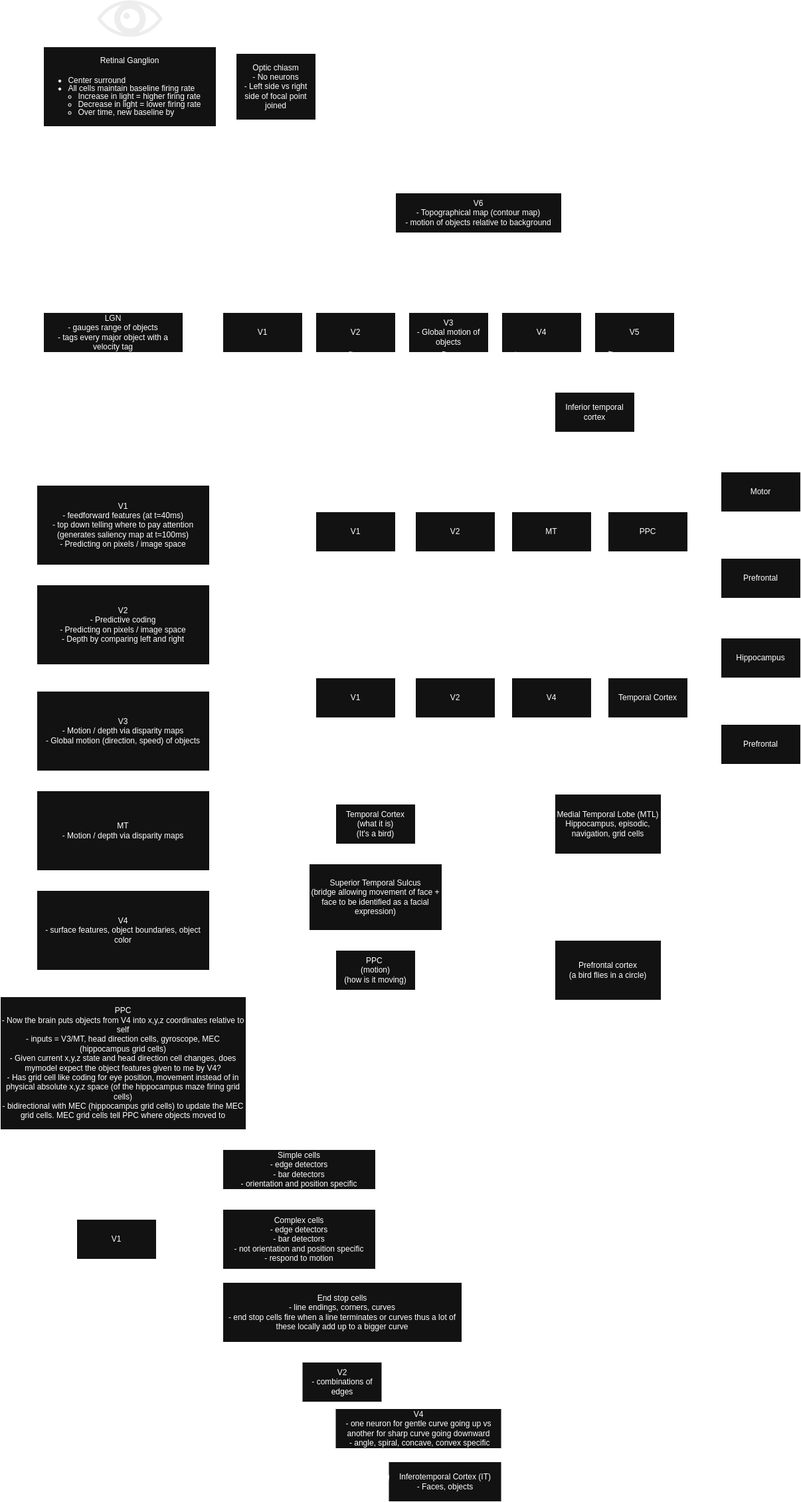
This is VisualCortex.drawio.png from djsamseng/BusinessPlan, a draw.io export, as it was before one commit. Source tidied: cells renumbered, new cells last; positions are measured from the earlier drawing's top-left corner, leaving out a move shared by most shapes.
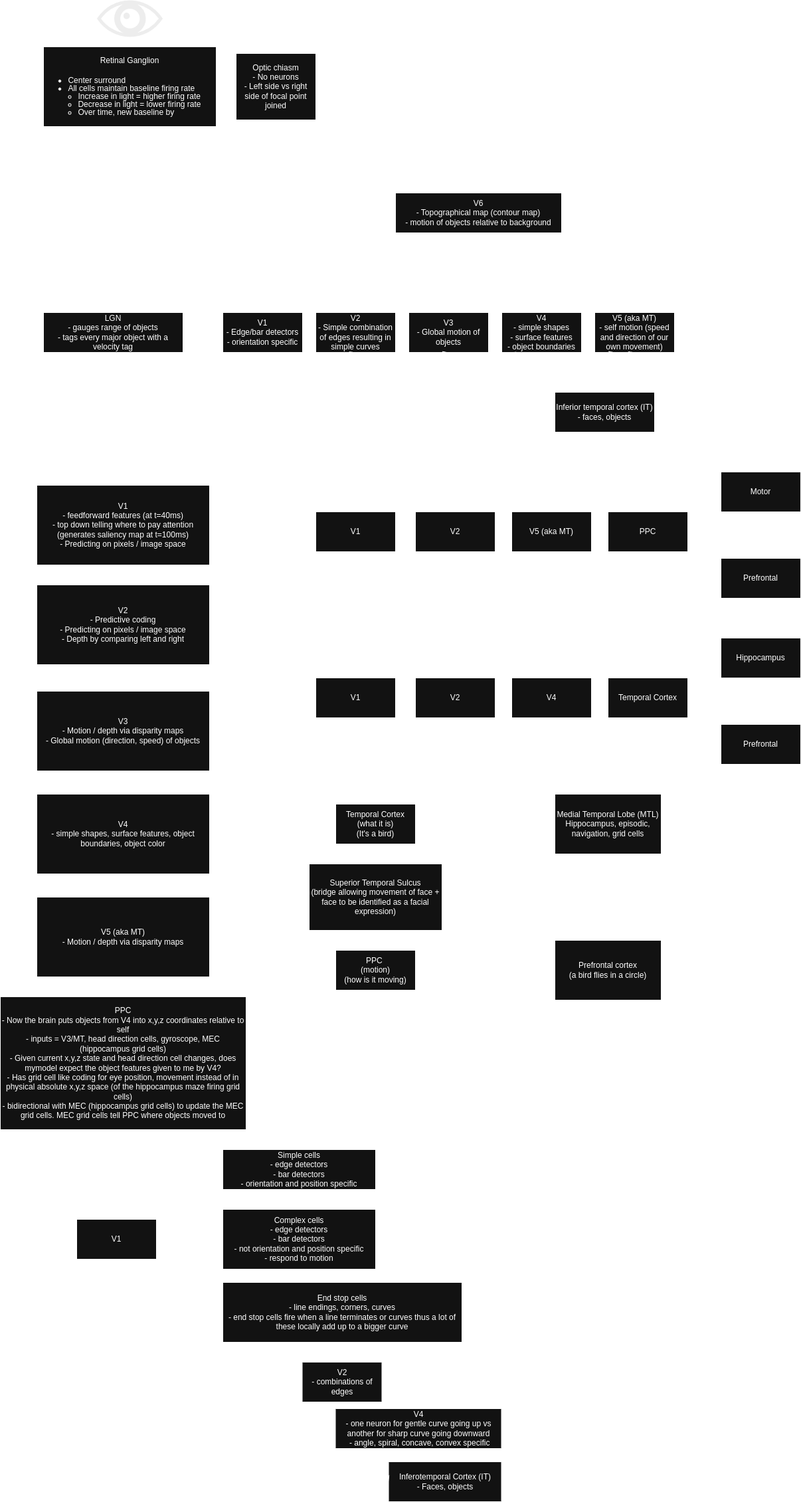
Later version of the same file.

What changed in the source:
```diff
@@ -20,7 +20,7 @@
     <mxCell id="7" style="endArrow=classic;html=1;rounded=0;exitX=1;exitY=0.5;exitDx=0;exitDy=0;entryX=0;entryY=0.5;entryDx=0;entryDy=0;" parent="1" edge="1" source="5" target="8">
       <mxGeometry relative="1" as="geometry" />
     </mxCell>
-    <mxCell id="8" value="MT" style="rounded=0;whiteSpace=wrap;html=1;" parent="1" vertex="1">
+    <mxCell id="8" value="V5 (aka MT)" style="rounded=0;whiteSpace=wrap;html=1;" parent="1" vertex="1">
       <mxGeometry x="770" y="770" width="120" height="60" as="geometry" />
     </mxCell>
     <mxCell id="9" value="PPC" style="rounded=0;whiteSpace=wrap;html=1;" parent="1" vertex="1">
@@ -122,11 +122,11 @@
     <mxCell id="41" value="V3&lt;div&gt;- Motion / depth via disparity maps&lt;/div&gt;&lt;div&gt;- Global motion (direction, speed) of objects&lt;/div&gt;" style="rounded=0;whiteSpace=wrap;html=1;" parent="1" vertex="1">
       <mxGeometry x="55" y="1040" width="260" height="120" as="geometry" />
     </mxCell>
-    <mxCell id="42" value="MT&lt;br&gt;&lt;div&gt;- Motion / depth via disparity maps&lt;/div&gt;" style="rounded=0;whiteSpace=wrap;html=1;" parent="1" vertex="1">
-      <mxGeometry x="55" y="1190" width="260" height="120" as="geometry" />
+    <mxCell id="42" value="V5 (aka MT)&lt;br&gt;&lt;div&gt;- Motion / depth via disparity maps&lt;/div&gt;" style="rounded=0;whiteSpace=wrap;html=1;" parent="1" vertex="1">
+      <mxGeometry x="55" y="1350" width="260" height="120" as="geometry" />
     </mxCell>
-    <mxCell id="43" value="V4&lt;div&gt;- surface features, object boundaries, object color&lt;/div&gt;" style="rounded=0;whiteSpace=wrap;html=1;" parent="1" vertex="1">
-      <mxGeometry x="55" y="1340" width="260" height="120" as="geometry" />
+    <mxCell id="43" value="V4&lt;div&gt;- simple shapes, surface features, object boundaries, object color&lt;/div&gt;" style="rounded=0;whiteSpace=wrap;html=1;" parent="1" vertex="1">
+      <mxGeometry x="55" y="1195" width="260" height="120" as="geometry" />
     </mxCell>
     <mxCell id="44" value="PPC&lt;div&gt;- Now the brain puts objects from V4 into x,y,z coordinates relative to self&lt;/div&gt;&lt;div&gt;- inputs = V3/MT, head direction cells, gyroscope, MEC (hippocampus grid cells)&lt;/div&gt;&lt;div&gt;- Given current x,y,z state and head direction cell changes, does mymodel expect the object features given to me by V4?&lt;/div&gt;&lt;div&gt;- Has grid cell like coding for eye position, movement instead of in physical absolute x,y,z space (of the hippocampus maze firing grid cells)&lt;/div&gt;&lt;div&gt;- bidirectional with MEC (hippocampus grid cells) to update the MEC grid cells. MEC grid cells tell PPC where objects moved to&lt;/div&gt;" style="rounded=0;whiteSpace=wrap;html=1;" parent="1" vertex="1">
       <mxGeometry y="1500" width="370" height="200" as="geometry" />
@@ -173,7 +173,7 @@
     <mxCell id="58" value="LGN&lt;div&gt;- gauges range of objects&lt;/div&gt;&lt;div&gt;- tags every major object with a velocity tag&lt;/div&gt;" style="rounded=0;whiteSpace=wrap;html=1;" parent="1" vertex="1">
       <mxGeometry x="65" y="470" width="210" height="60" as="geometry" />
     </mxCell>
-    <mxCell id="59" value="V1" style="rounded=0;whiteSpace=wrap;html=1;" parent="1" vertex="1">
+    <mxCell id="59" value="V1&lt;div&gt;- Edge/bar detectors&lt;/div&gt;&lt;div&gt;- orientation specific&lt;/div&gt;" style="rounded=0;whiteSpace=wrap;html=1;" parent="1" vertex="1">
       <mxGeometry x="335" y="470" width="120" height="60" as="geometry" />
     </mxCell>
     <mxCell id="60" style="endArrow=classic;html=1;rounded=0;exitX=1;exitY=0.5;exitDx=0;exitDy=0;entryX=0;entryY=0.5;entryDx=0;entryDy=0;" parent="1" edge="1" source="58" target="59">
@@ -182,7 +182,7 @@
     <mxCell id="61" value="V3&lt;div&gt;- Global motion of objects&lt;/div&gt;" style="rounded=0;whiteSpace=wrap;html=1;" parent="1" vertex="1">
       <mxGeometry x="615" y="470" width="120" height="60" as="geometry" />
     </mxCell>
-    <mxCell id="62" value="V2" style="rounded=0;whiteSpace=wrap;html=1;" parent="1" vertex="1">
+    <mxCell id="62" value="V2&lt;div&gt;- Simple combination of edges resulting in simple curves&lt;/div&gt;" style="rounded=0;whiteSpace=wrap;html=1;" parent="1" vertex="1">
       <mxGeometry x="475" y="470" width="120" height="60" as="geometry" />
     </mxCell>
     <mxCell id="63" style="curved=1;endArrow=classic;html=1;rounded=0;exitX=1;exitY=0.75;exitDx=0;exitDy=0;entryX=0.5;entryY=1;entryDx=0;entryDy=0;" parent="1" edge="1" source="58" target="62">
@@ -226,10 +226,10 @@
         </Array>
       </mxGeometry>
     </mxCell>
-    <mxCell id="70" value="V4" style="rounded=0;whiteSpace=wrap;html=1;" parent="1" vertex="1">
+    <mxCell id="70" value="V4&lt;div&gt;- simple shapes&lt;/div&gt;&lt;div&gt;- surface features&lt;/div&gt;&lt;div&gt;- object boundaries&lt;/div&gt;" style="rounded=0;whiteSpace=wrap;html=1;" parent="1" vertex="1">
       <mxGeometry x="755" y="470" width="120" height="60" as="geometry" />
     </mxCell>
-    <mxCell id="71" value="V5" style="rounded=0;whiteSpace=wrap;html=1;" parent="1" vertex="1">
+    <mxCell id="71" value="V5 (aka MT)&lt;div&gt;- self motion (speed and direction of our own movement)&lt;/div&gt;" style="rounded=0;whiteSpace=wrap;html=1;" parent="1" vertex="1">
       <mxGeometry x="895" y="470" width="120" height="60" as="geometry" />
     </mxCell>
     <mxCell id="72" style="curved=1;endArrow=classic;html=1;rounded=0;entryX=0;entryY=0.5;entryDx=0;entryDy=0;" parent="1" edge="1" target="73">
@@ -240,8 +240,8 @@
         </Array>
       </mxGeometry>
     </mxCell>
-    <mxCell id="73" value="Inferior temporal cortex" style="rounded=0;whiteSpace=wrap;html=1;" parent="1" vertex="1">
-      <mxGeometry x="835" y="590" width="120" height="60" as="geometry" />
+    <mxCell id="73" value="Inferior temporal cortex (IT)&lt;div&gt;- faces, objects&lt;/div&gt;" style="rounded=0;whiteSpace=wrap;html=1;" parent="1" vertex="1">
+      <mxGeometry x="835" y="590" width="150" height="60" as="geometry" />
     </mxCell>
     <mxCell id="74" style="curved=1;endArrow=classic;html=1;rounded=0;exitX=0.5;exitY=1;exitDx=0;exitDy=0;entryX=0.5;entryY=1;entryDx=0;entryDy=0;" parent="1" edge="1" source="59" target="70">
       <mxGeometry relative="1" as="geometry">
@@ -291,5 +291,22 @@
         </Array>
       </mxGeometry>
     </mxCell>
+    <mxCell id="81" style="endArrow=classic;html=1;rounded=0;exitX=1;exitY=0.5;exitDx=0;exitDy=0;" parent="1" edge="1" source="70" target="71">
+      <mxGeometry relative="1" as="geometry" />
+    </mxCell>
+    <mxCell id="82" style="endArrow=classic;html=1;rounded=0;exitX=0;exitY=0.25;exitDx=0;exitDy=0;entryX=1;entryY=0.25;entryDx=0;entryDy=0;" parent="1" edge="1" source="71" target="70">
+      <mxGeometry relative="1" as="geometry" />
+    </mxCell>
+    <mxCell id="83" style="curved=1;endArrow=classic;html=1;rounded=0;exitX=0.5;exitY=1;exitDx=0;exitDy=0;entryX=0.5;entryY=1;entryDx=0;entryDy=0;" parent="1" edge="1" source="59" target="71">
+      <mxGeometry relative="1" as="geometry">
+        <Array as="points">
+          <mxPoint x="465" y="625" />
+          <mxPoint x="585" y="645" />
+        </Array>
+      </mxGeometry>
+    </mxCell>
+    <mxCell id="84" style="endArrow=classic;html=1;rounded=0;exitX=1;exitY=1;exitDx=0;exitDy=0;entryX=0.5;entryY=0;entryDx=0;entryDy=0;" parent="1" edge="1" source="70" target="73">
+      <mxGeometry relative="1" as="geometry" />
+    </mxCell>
   </root>
 </mxGraphModel>
```
